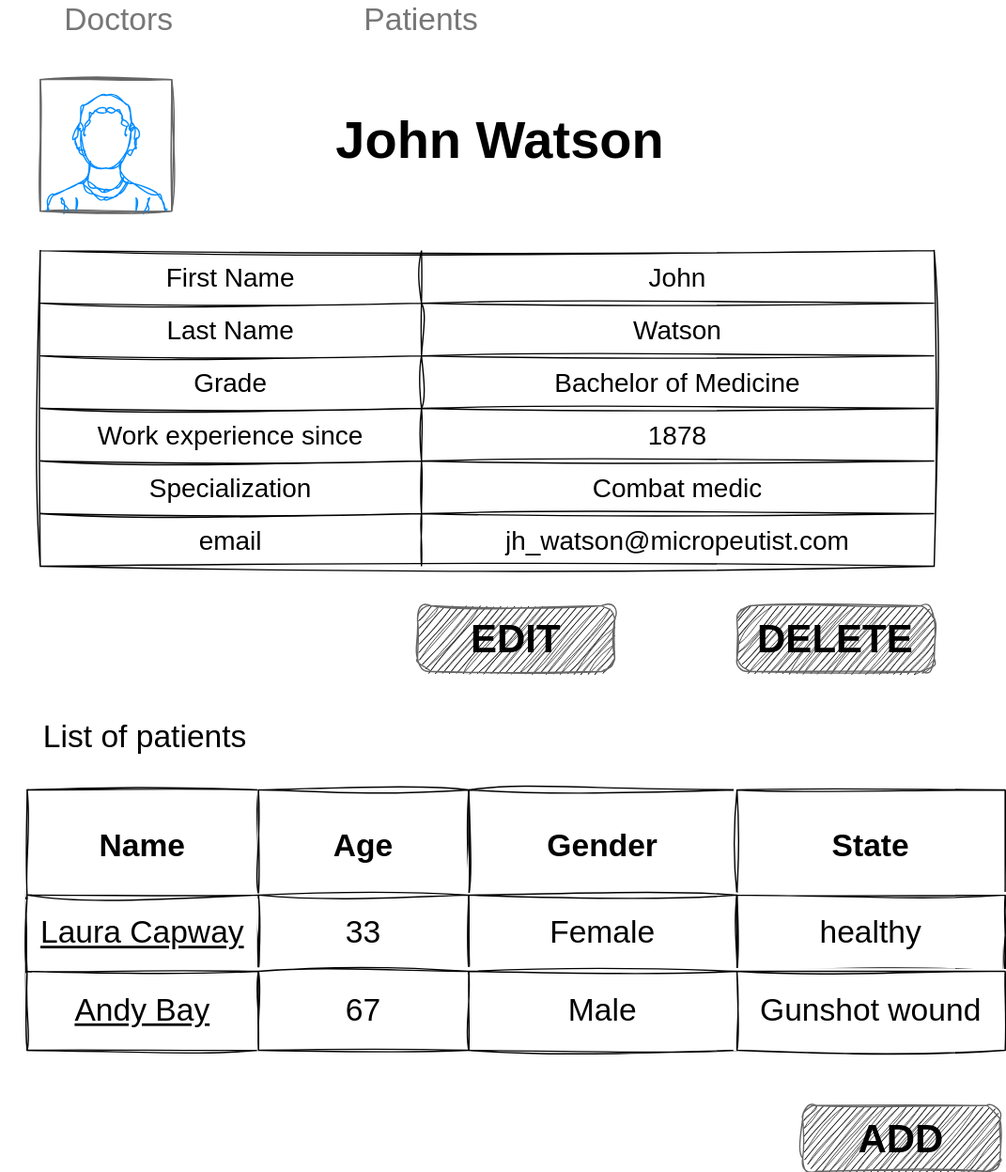
Earlier version of the draw.io export documentation/mockups/Doctor.svg (DmytroY/EPAM_Flask). Source tidied: cells renumbered, new cells last; positions are measured from the earlier drawing's top-left corner, leaving out a move shared by most shapes.
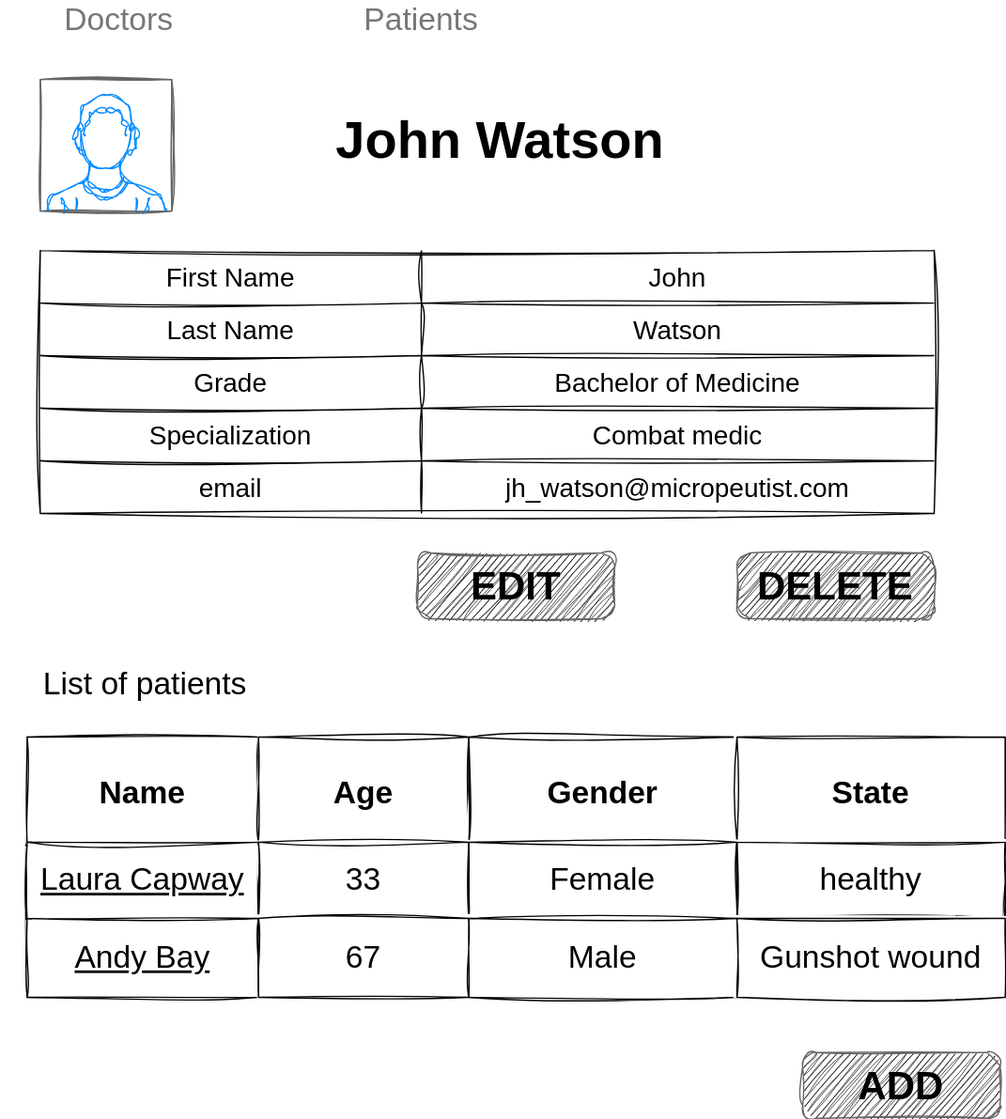
Later version of the same file.

What changed in the source:
```diff
@@ -6,7 +6,7 @@
       <mxGeometry width="180" height="30" as="geometry" />
     </mxCell>
     <mxCell id="3" value="List of patients" style="text;strokeColor=none;fillColor=none;align=center;verticalAlign=middle;whiteSpace=wrap;rounded=0;fontSize=24;fontStyle=0;labelBackgroundColor=none;fontFamily=Helvetica;swimlaneLine=0;shadow=0;sketch=1;curveFitting=1;jiggle=2;fontColor=#000000;" parent="1" vertex="1">
-      <mxGeometry x="20" y="545" width="180" height="30" as="geometry" />
+      <mxGeometry x="20" y="505" width="180" height="30" as="geometry" />
     </mxCell>
     <mxCell id="4" style="verticalLabelPosition=bottom;shadow=0;dashed=0;align=center;html=1;verticalAlign=top;strokeWidth=1;shape=mxgraph.mockup.containers.userMale;strokeColor=#666666;strokeColor2=#008cff;rounded=0;labelBorderColor=none;sketch=1;hachureGap=4;jiggle=2;curveFitting=1;fontFamily=Helvetica;fontSize=20;fontColor=#000000;" parent="1" vertex="1">
       <mxGeometry x="30" y="60" width="100" height="100" as="geometry" />
@@ -15,7 +15,7 @@
       <mxGeometry x="180" y="90" width="400" height="30" as="geometry" />
     </mxCell>
     <mxCell id="6" style="shape=table;startSize=0;rounded=0;shadow=0;labelBorderColor=none;sketch=1;hachureGap=4;jiggle=2;curveFitting=1;fontFamily=Helvetica;fontSize=20;fontColor=#000000;html=0;" parent="1" vertex="1">
-      <mxGeometry x="30" y="190" width="680" height="240" as="geometry" />
+      <mxGeometry x="30" y="190" width="680" height="200" as="geometry" />
     </mxCell>
     <mxCell id="7" style="shape=tableRow;horizontal=0;startSize=0;swimlaneHead=0;swimlaneBody=0;strokeColor=inherit;top=0;left=0;bottom=0;right=0;fillColor=none;rounded=0;shadow=0;labelBorderColor=none;sketch=1;hachureGap=4;jiggle=2;curveFitting=1;fontFamily=Helvetica;fontSize=20;fontColor=#000000;html=0;" parent="6" vertex="1">
       <mxGeometry width="680" height="40" as="geometry" />
@@ -44,17 +44,8 @@
     <mxCell id="15" value="Bachelor of Medicine" style="shape=partialRectangle;html=1;whiteSpace=wrap;strokeColor=inherit;overflow=hidden;fillColor=none;top=0;left=0;bottom=0;right=0;rounded=0;shadow=0;labelBorderColor=none;sketch=1;hachureGap=4;jiggle=2;curveFitting=1;fontFamily=Helvetica;fontSize=20;fontColor=#000000;" parent="13" vertex="1">
       <mxGeometry x="290" width="390" height="40" as="geometry" />
     </mxCell>
-    <mxCell id="16" style="shape=tableRow;horizontal=0;startSize=0;swimlaneHead=0;swimlaneBody=0;strokeColor=inherit;top=0;left=0;bottom=0;right=0;fillColor=none;rounded=0;shadow=0;labelBorderColor=none;sketch=1;hachureGap=4;jiggle=2;curveFitting=1;fontFamily=Helvetica;fontSize=20;fontColor=#000000;html=0;" parent="6" vertex="1">
-      <mxGeometry y="120" width="680" height="40" as="geometry" />
-    </mxCell>
-    <mxCell id="17" value="Work experience since" style="shape=partialRectangle;html=1;whiteSpace=wrap;strokeColor=inherit;overflow=hidden;fillColor=none;top=0;left=0;bottom=0;right=0;rounded=0;shadow=0;labelBorderColor=none;sketch=1;hachureGap=4;jiggle=2;curveFitting=1;fontFamily=Helvetica;fontSize=20;fontColor=#000000;" parent="16" vertex="1">
-      <mxGeometry width="290" height="40" as="geometry" />
-    </mxCell>
-    <mxCell id="18" value="1878" style="shape=partialRectangle;html=1;whiteSpace=wrap;strokeColor=inherit;overflow=hidden;fillColor=none;top=0;left=0;bottom=0;right=0;rounded=0;shadow=0;labelBorderColor=none;sketch=1;hachureGap=4;jiggle=2;curveFitting=1;fontFamily=Helvetica;fontSize=20;fontColor=#000000;" parent="16" vertex="1">
-      <mxGeometry x="290" width="390" height="40" as="geometry" />
-    </mxCell>
     <mxCell id="19" style="shape=tableRow;horizontal=0;startSize=0;swimlaneHead=0;swimlaneBody=0;strokeColor=inherit;top=0;left=0;bottom=0;right=0;fillColor=none;rounded=0;shadow=0;labelBorderColor=none;sketch=1;hachureGap=4;jiggle=2;curveFitting=1;fontFamily=Helvetica;fontSize=20;fontColor=#000000;html=0;" parent="6" vertex="1">
-      <mxGeometry y="160" width="680" height="40" as="geometry" />
+      <mxGeometry y="120" width="680" height="40" as="geometry" />
     </mxCell>
     <mxCell id="20" value="Specialization" style="shape=partialRectangle;html=1;whiteSpace=wrap;strokeColor=inherit;overflow=hidden;fillColor=none;top=0;left=0;bottom=0;right=0;rounded=0;shadow=0;labelBorderColor=none;sketch=1;hachureGap=4;jiggle=2;curveFitting=1;fontFamily=Helvetica;fontSize=20;fontColor=#000000;" parent="19" vertex="1">
       <mxGeometry width="290" height="40" as="geometry" />
@@ -63,7 +54,7 @@
       <mxGeometry x="290" width="390" height="40" as="geometry" />
     </mxCell>
     <mxCell id="22" style="shape=tableRow;horizontal=0;startSize=0;swimlaneHead=0;swimlaneBody=0;strokeColor=inherit;top=0;left=0;bottom=0;right=0;fillColor=none;rounded=0;shadow=0;labelBorderColor=none;sketch=1;hachureGap=4;jiggle=2;curveFitting=1;fontFamily=Helvetica;fontSize=20;fontColor=#000000;html=0;" parent="6" vertex="1">
-      <mxGeometry y="200" width="680" height="40" as="geometry" />
+      <mxGeometry y="160" width="680" height="40" as="geometry" />
     </mxCell>
     <mxCell id="23" value="email" style="shape=partialRectangle;html=1;whiteSpace=wrap;strokeColor=inherit;overflow=hidden;fillColor=none;top=0;left=0;bottom=0;right=0;rounded=0;shadow=0;labelBorderColor=none;sketch=1;hachureGap=4;jiggle=2;curveFitting=1;fontFamily=Helvetica;fontSize=20;fontColor=#000000;" parent="22" vertex="1">
       <mxGeometry width="290" height="40" as="geometry" />
@@ -72,7 +63,7 @@
       <mxGeometry x="290" width="390" height="40" as="geometry" />
     </mxCell>
     <mxCell id="25" value="Assets" style="shadow=0;fontSize=24;labelBackgroundColor=none;rounded=0;fontFamily=Helvetica;swimlaneLine=0;sketch=1;curveFitting=1;jiggle=2;" parent="1" vertex="1">
-      <mxGeometry x="20" y="600" width="744" height="198" as="geometry" />
+      <mxGeometry x="20" y="560" width="744" height="198" as="geometry" />
     </mxCell>
     <mxCell id="26" style="shape=tableRow;horizontal=0;startSize=0;swimlaneHead=0;swimlaneBody=0;top=0;left=0;bottom=0;right=0;fontStyle=0;fontSize=24;labelBackgroundColor=none;rounded=0;fontFamily=Helvetica;swimlaneLine=0;shadow=0;sketch=1;curveFitting=1;jiggle=2;" parent="25" vertex="1">
       <mxGeometry width="744" height="80" as="geometry" />
@@ -123,13 +114,13 @@
       <mxGeometry x="230" width="180" height="30" as="geometry" />
     </mxCell>
     <mxCell id="42" value="EDIT" style="strokeWidth=1;shadow=0;dashed=0;align=center;html=1;shape=mxgraph.mockup.buttons.button;strokeColor=#666666;fontColor=default;mainText=;buttonStyle=round;fontSize=30;fontStyle=1;fillColor=#000000;whiteSpace=wrap;rounded=0;labelBackgroundColor=none;labelBorderColor=none;sketch=1;hachureGap=4;jiggle=2;curveFitting=1;fontFamily=Helvetica;fillStyle=hachure;" parent="1" vertex="1">
-      <mxGeometry x="317" y="460" width="150" height="50" as="geometry" />
+      <mxGeometry x="317" y="420" width="150" height="50" as="geometry" />
     </mxCell>
     <mxCell id="43" value="DELETE" style="strokeWidth=1;shadow=0;dashed=0;align=center;html=1;shape=mxgraph.mockup.buttons.button;strokeColor=#666666;fontColor=default;mainText=;buttonStyle=round;fontSize=30;fontStyle=1;fillColor=#000000;whiteSpace=wrap;rounded=0;labelBackgroundColor=none;labelBorderColor=none;sketch=1;hachureGap=4;jiggle=2;curveFitting=1;fontFamily=Helvetica;fillStyle=hachure;" parent="1" vertex="1">
-      <mxGeometry x="560" y="460" width="150" height="50" as="geometry" />
+      <mxGeometry x="560" y="420" width="150" height="50" as="geometry" />
     </mxCell>
     <mxCell id="44" value="ADD" style="strokeWidth=1;shadow=0;dashed=0;align=center;html=1;shape=mxgraph.mockup.buttons.button;strokeColor=#666666;fontColor=default;mainText=;buttonStyle=round;fontSize=30;fontStyle=1;fillColor=#000000;whiteSpace=wrap;rounded=0;labelBackgroundColor=none;labelBorderColor=none;sketch=1;hachureGap=4;jiggle=2;curveFitting=1;fontFamily=Helvetica;fillStyle=hachure;" parent="1" vertex="1">
-      <mxGeometry x="610" y="840" width="150" height="50" as="geometry" />
+      <mxGeometry x="610" y="800" width="150" height="50" as="geometry" />
     </mxCell>
   </root>
 </mxGraphModel>
```
